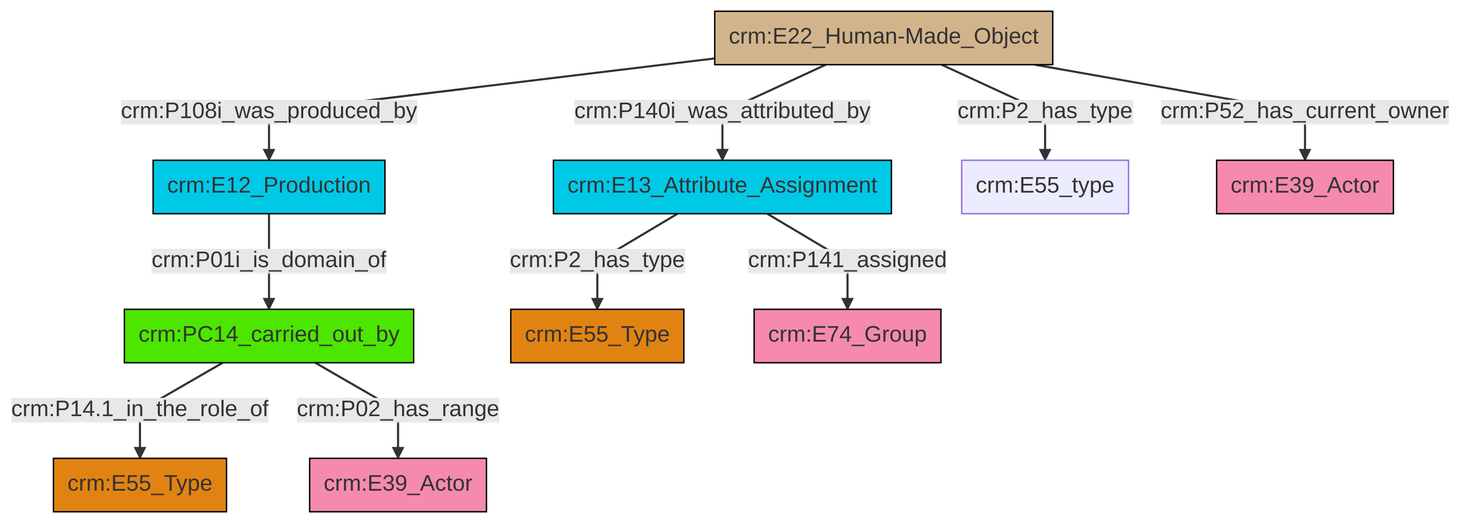
The Mermaid diagram et/builtWorkCSV/ttl/mmd/png/Built_Work_actor_relations.png in swiss-art-research-net/docs.swissartresearch, before a commit. Its source is kept beside it as et/builtWorkCSV/ttl/mmd/Built_Work_actor_relations.ttl.mmd.
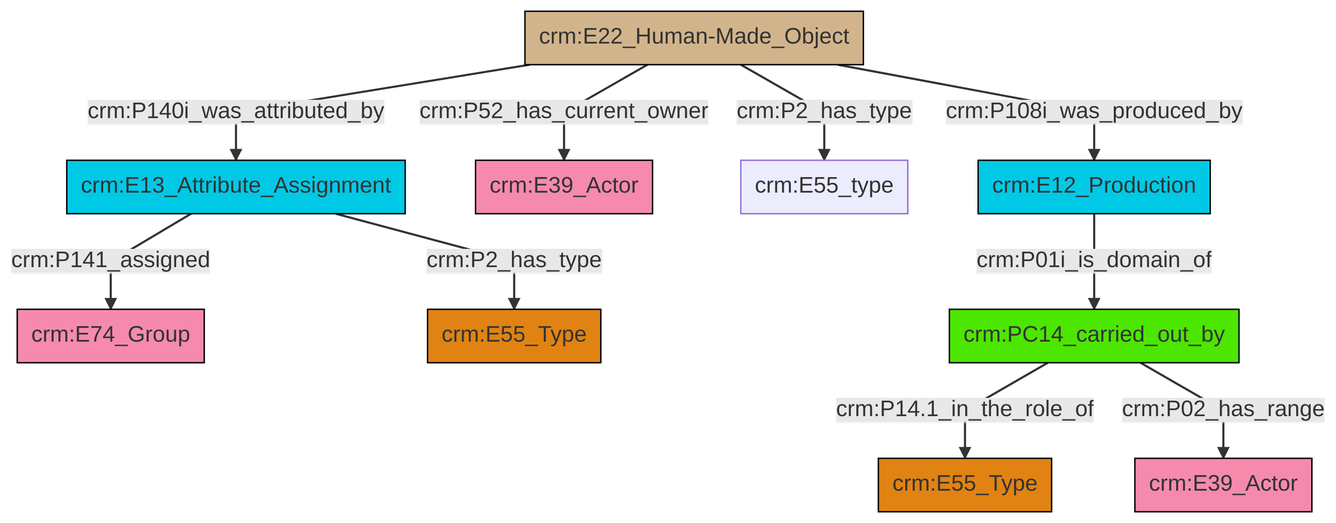
Above is the later version.

The edit, as a diff of the source:
```diff
@@ -13,12 +13,12 @@
 classDef PC_Classes fill:#4ce600, stroke:#000000;
 classDef Multi fill:#cccccc,stroke:#000000;
 
-4["crm:PC14_carried_out_by"]:::PC_Classes -->|crm:P14.1_in_the_role_of| 6["crm:E55_Type"]:::Type
-7["crm:E12_Production"]:::Temporal_Entity -->|crm:P01i_is_domain_of| 4["crm:PC14_carried_out_by"]:::PC_Classes
-0["crm:E13_Attribute_Assignment"]:::Temporal_Entity -->|crm:P2_has_type| 8["crm:E55_Type"]:::Type
-9["crm:E22_Human-Made_Object"]:::Physical_Thing -->|crm:P2_has_type| 10["crm:E55_type"]:::Default
-9["crm:E22_Human-Made_Object"]:::Physical_Thing -->|crm:P108i_was_produced_by| 7["crm:E12_Production"]:::Temporal_Entity
-9["crm:E22_Human-Made_Object"]:::Physical_Thing -->|crm:P52_has_current_owner| 11["crm:E39_Actor"]:::Actor
-0["crm:E13_Attribute_Assignment"]:::Temporal_Entity -->|crm:P141_assigned| 18["crm:E74_Group"]:::Actor
-4["crm:PC14_carried_out_by"]:::PC_Classes -->|crm:P02_has_range| 2["crm:E39_Actor"]:::Actor
-9["crm:E22_Human-Made_Object"]:::Physical_Thing -->|crm:P140i_was_attributed_by| 0["crm:E13_Attribute_Assignment"]:::Temporal_Entity
+0["crm:E13_Attribute_Assignment"]:::Temporal_Entity -->|crm:P141_assigned| 1["crm:E74_Group"]:::Actor
+2["crm:PC14_carried_out_by"]:::PC_Classes -->|crm:P14.1_in_the_role_of| 3["crm:E55_Type"]:::Type
+6["crm:E12_Production"]:::Temporal_Entity -->|crm:P01i_is_domain_of| 2["crm:PC14_carried_out_by"]:::PC_Classes
+8["crm:E22_Human-Made_Object"]:::Physical_Thing -->|crm:P140i_was_attributed_by| 0["crm:E13_Attribute_Assignment"]:::Temporal_Entity
+8["crm:E22_Human-Made_Object"]:::Physical_Thing -->|crm:P52_has_current_owner| 4["crm:E39_Actor"]:::Actor
+8["crm:E22_Human-Made_Object"]:::Physical_Thing -->|crm:P2_has_type| 10["crm:E55_type"]:::Default
+0["crm:E13_Attribute_Assignment"]:::Temporal_Entity -->|crm:P2_has_type| 11["crm:E55_Type"]:::Type
+8["crm:E22_Human-Made_Object"]:::Physical_Thing -->|crm:P108i_was_produced_by| 6["crm:E12_Production"]:::Temporal_Entity
+2["crm:PC14_carried_out_by"]:::PC_Classes -->|crm:P02_has_range| 14["crm:E39_Actor"]:::Actor
```
